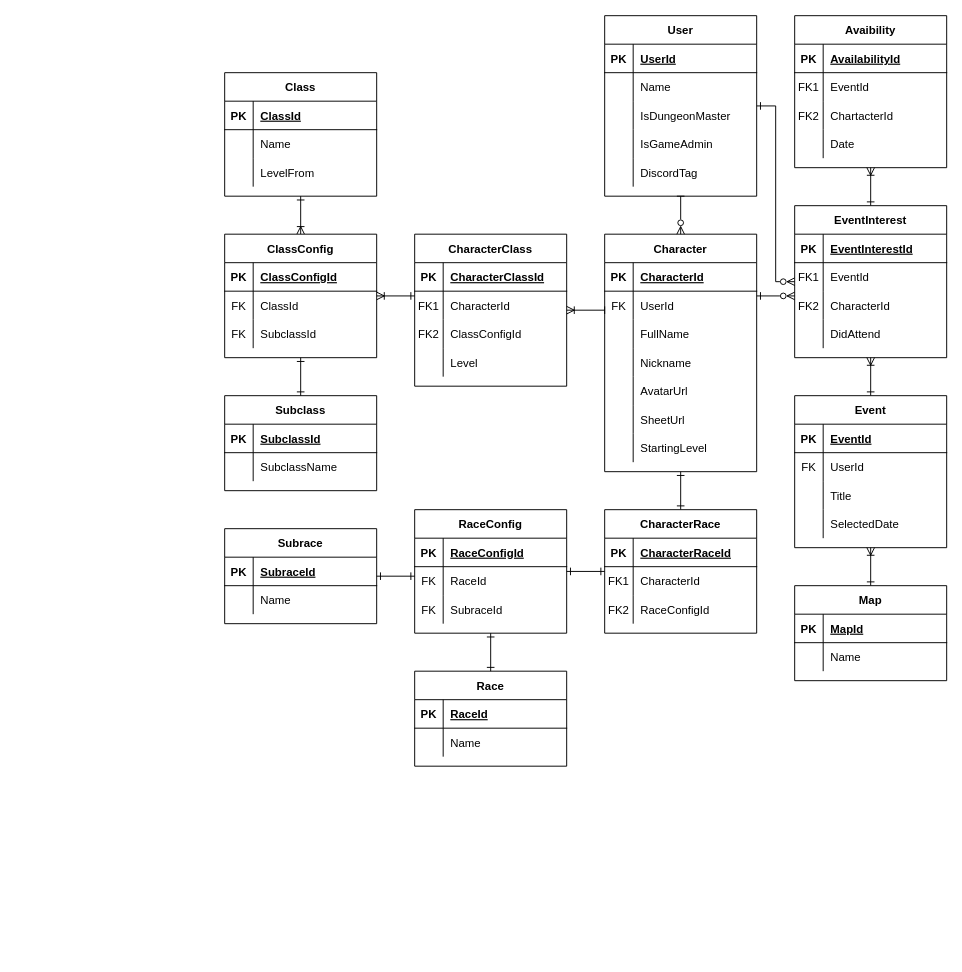
Above: Documentation/Entity Relationship Diagram.drawio in Jackclarke95/into-the-west (draw.io), before the change. Source tidied: cells renumbered, new cells numbered last; positions are measured from the earlier drawing's top-left corner, leaving out a move shared by most shapes. Both pictures are drawn from the tidied source at 95%, with x=0, y=0 at pixel (224, 15).
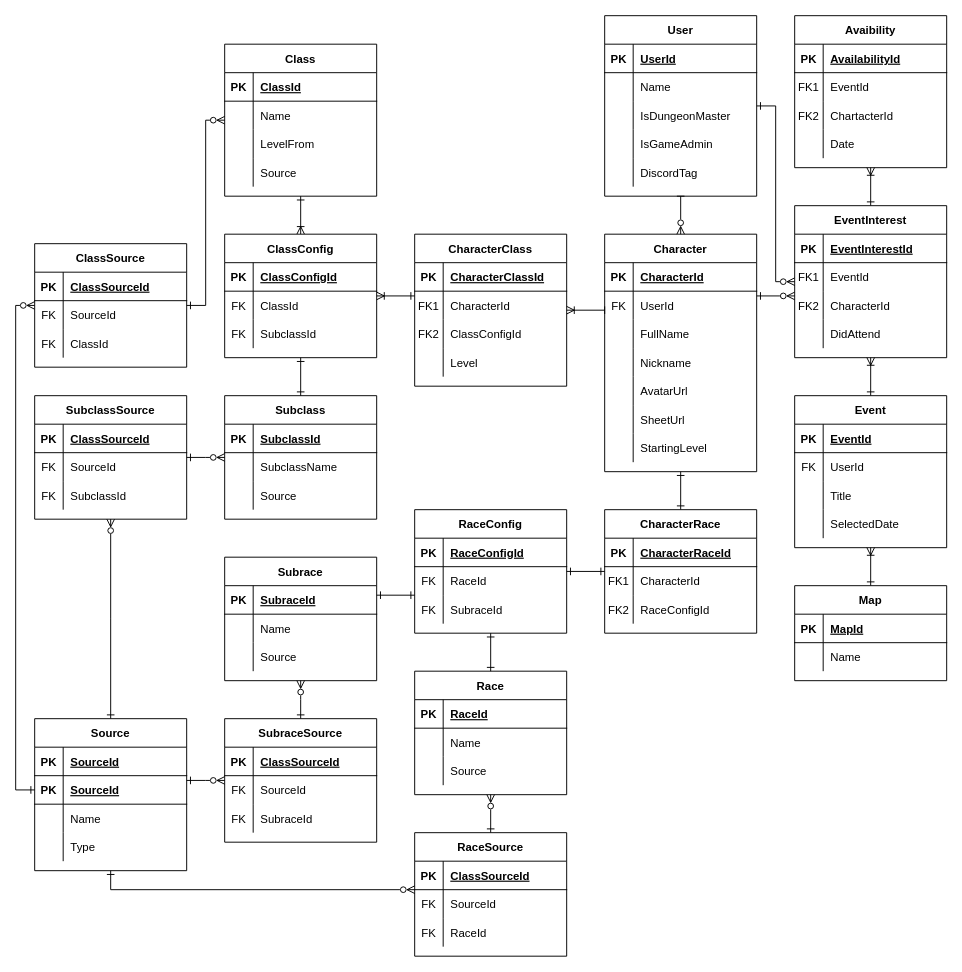
The same diagram, later.

The edit, as a diff of the source:
```diff
@@
     <mxCell id="85" value="Class" style="shape=table;startSize=30;childLayout=tableLayout;rowLines=0;fontStyle=1;align=center;strokeColor=default;" parent="1" vertex="1">
-      <mxGeometry y="60" width="160" height="130" as="geometry" />
+      <mxGeometry y="30" width="160" height="160" as="geometry" />
     </mxCell>
@@
+    <mxCell id="175" style="shape=tableRow;horizontal=0;startSize=0;swimlaneHead=0;swimlaneBody=0;fillColor=none;top=0;left=0;right=0;bottom=0;" parent="85" vertex="1">
+      <mxGeometry y="120" width="160" height="30" as="geometry" />
+    </mxCell>
+    <mxCell id="176" style="shape=partialRectangle;fillColor=none;top=0;left=0;bottom=0;right=0;overflow=hidden;" parent="175" vertex="1">
+      <mxGeometry width="30" height="30" as="geometry" />
+    </mxCell>
+    <mxCell id="177" value="Source" style="shape=partialRectangle;fillColor=none;top=0;left=0;bottom=0;right=0;align=left;spacingLeft=6;overflow=hidden;" parent="175" vertex="1">
+      <mxGeometry x="30" width="130" height="30" as="geometry" />
+    </mxCell>
     <mxCell id="95" value="Race" style="shape=table;startSize=30;childLayout=tableLayout;rowLines=0;fontStyle=1;align=center;strokeColor=default;" parent="1" vertex="1">
-      <mxGeometry x="200" y="690" width="160" height="100" as="geometry" />
+      <mxGeometry x="200" y="690" width="160" height="130" as="geometry" />
     </mxCell>
@@
+    <mxCell id="178" style="shape=tableRow;horizontal=0;startSize=0;swimlaneHead=0;swimlaneBody=0;fillColor=none;top=0;left=0;right=0;bottom=0;" parent="95" vertex="1">
+      <mxGeometry y="90" width="160" height="30" as="geometry" />
+    </mxCell>
+    <mxCell id="179" style="shape=partialRectangle;fillColor=none;top=0;left=0;bottom=0;right=0;overflow=hidden;" parent="178" vertex="1">
+      <mxGeometry width="30" height="30" as="geometry" />
+    </mxCell>
+    <mxCell id="180" value="Source" style="shape=partialRectangle;fillColor=none;top=0;left=0;bottom=0;right=0;align=left;spacingLeft=6;overflow=hidden;" parent="178" vertex="1">
+      <mxGeometry x="30" width="130" height="30" as="geometry" />
+    </mxCell>
     <mxCell id="102" value="Subclass" style="shape=table;startSize=30;childLayout=tableLayout;rowLines=0;fontStyle=1;align=center;strokeColor=default;" parent="1" vertex="1">
-      <mxGeometry y="400" width="160" height="100" as="geometry" />
+      <mxGeometry y="400" width="160" height="130" as="geometry" />
     </mxCell>
@@
+    <mxCell id="181" style="shape=tableRow;horizontal=0;startSize=0;swimlaneHead=0;swimlaneBody=0;fillColor=none;top=0;left=0;right=0;bottom=0;" parent="102" vertex="1">
+      <mxGeometry y="90" width="160" height="30" as="geometry" />
+    </mxCell>
+    <mxCell id="182" style="shape=partialRectangle;fillColor=none;top=0;left=0;bottom=0;right=0;overflow=hidden;" parent="181" vertex="1">
+      <mxGeometry width="30" height="30" as="geometry" />
+    </mxCell>
+    <mxCell id="183" value="Source" style="shape=partialRectangle;fillColor=none;top=0;left=0;bottom=0;right=0;align=left;spacingLeft=6;overflow=hidden;" parent="181" vertex="1">
+      <mxGeometry x="30" width="130" height="30" as="geometry" />
+    </mxCell>
     <mxCell id="109" value="Subrace" style="shape=table;startSize=30;childLayout=tableLayout;rowLines=0;fontStyle=1;align=center;strokeColor=default;" parent="1" vertex="1">
-      <mxGeometry y="540" width="160" height="100" as="geometry" />
+      <mxGeometry y="570" width="160" height="130" as="geometry" />
     </mxCell>
@@
+    <mxCell id="184" style="shape=tableRow;horizontal=0;startSize=0;swimlaneHead=0;swimlaneBody=0;fillColor=none;top=0;left=0;right=0;bottom=0;" parent="109" vertex="1">
+      <mxGeometry y="90" width="160" height="30" as="geometry" />
+    </mxCell>
+    <mxCell id="185" style="shape=partialRectangle;fillColor=none;top=0;left=0;bottom=0;right=0;overflow=hidden;" parent="184" vertex="1">
+      <mxGeometry width="30" height="30" as="geometry" />
+    </mxCell>
+    <mxCell id="186" value="Source" style="shape=partialRectangle;fillColor=none;top=0;left=0;bottom=0;right=0;align=left;spacingLeft=6;overflow=hidden;" parent="184" vertex="1">
+      <mxGeometry x="30" width="130" height="30" as="geometry" />
+    </mxCell>
@@
+    <mxCell id="187" style="edgeStyle=orthogonalEdgeStyle;rounded=0;jettySize=auto;html=1;endArrow=ERzeroToMany;endFill=0;startArrow=ERone;startFill=0;" parent="1" edge="1" source="226" target="95">
+      <mxGeometry relative="1" as="geometry" />
+    </mxCell>
+    <mxCell id="188" style="edgeStyle=elbowEdgeStyle;rounded=0;jettySize=auto;elbow=vertical;html=1;startArrow=ERone;startFill=0;endArrow=ERzeroToMany;endFill=0;" parent="1" edge="1" source="191" target="226">
+      <mxGeometry relative="1" as="geometry">
+        <Array as="points">
+          <mxPoint x="80" y="920" />
+        </Array>
+      </mxGeometry>
+    </mxCell>
+    <mxCell id="189" style="edgeStyle=elbowEdgeStyle;rounded=0;jettySize=auto;elbow=vertical;html=1;startArrow=ERone;startFill=0;endArrow=ERzeroToMany;endFill=0;" parent="1" edge="1" source="191" target="216">
+      <mxGeometry relative="1" as="geometry" />
+    </mxCell>
+    <mxCell id="190" style="edgeStyle=elbowEdgeStyle;rounded=0;jettySize=auto;elbow=vertical;html=1;startArrow=ERone;startFill=0;endArrow=ERzeroToMany;endFill=0;" parent="1" edge="1" source="191" target="237">
+      <mxGeometry relative="1" as="geometry" />
+    </mxCell>
+    <mxCell id="191" value="Source" style="shape=table;startSize=30;childLayout=tableLayout;rowLines=0;fontStyle=1;align=center;" parent="1" vertex="1">
+      <mxGeometry x="-200" y="740" width="160" height="160" as="geometry" />
+    </mxCell>
+    <mxCell id="192" style="shape=tableRow;horizontal=0;startSize=0;swimlaneHead=0;swimlaneBody=0;fillColor=none;top=0;left=0;right=0;bottom=1;" parent="191" vertex="1">
+      <mxGeometry y="30" width="160" height="30" as="geometry" />
+    </mxCell>
+    <mxCell id="193" value="PK" style="shape=partialRectangle;fillColor=none;top=0;left=0;bottom=0;right=0;fontStyle=1;overflow=hidden;" parent="192" vertex="1">
+      <mxGeometry width="30" height="30" as="geometry" />
+    </mxCell>
+    <mxCell id="194" value="SourceId" style="shape=partialRectangle;fillColor=none;top=0;left=0;bottom=0;right=0;align=left;spacingLeft=6;fontStyle=5;overflow=hidden;" parent="192" vertex="1">
+      <mxGeometry x="30" width="130" height="30" as="geometry" />
+    </mxCell>
+    <mxCell id="195" style="shape=tableRow;horizontal=0;startSize=0;swimlaneHead=0;swimlaneBody=0;fillColor=none;points=[[0,0.5],[1,0.5]];portConstraint=eastwest;top=0;left=0;right=0;bottom=1;" parent="191" vertex="1">
+      <mxGeometry y="60" width="160" height="30" as="geometry" />
+    </mxCell>
+    <mxCell id="196" value="PK" style="shape=partialRectangle;fillColor=none;top=0;left=0;bottom=0;right=0;fontStyle=1;overflow=hidden;" parent="195" vertex="1">
+      <mxGeometry width="30" height="30" as="geometry" />
+    </mxCell>
+    <mxCell id="197" value="SourceId" style="shape=partialRectangle;fillColor=none;top=0;left=0;bottom=0;right=0;align=left;spacingLeft=6;fontStyle=5;overflow=hidden;" parent="195" vertex="1">
+      <mxGeometry x="30" width="130" height="30" as="geometry" />
+    </mxCell>
+    <mxCell id="198" style="shape=tableRow;horizontal=0;startSize=0;swimlaneHead=0;swimlaneBody=0;fillColor=none;top=0;left=0;right=0;bottom=0;" parent="191" vertex="1">
+      <mxGeometry y="90" width="160" height="30" as="geometry" />
+    </mxCell>
+    <mxCell id="199" style="shape=partialRectangle;fillColor=none;top=0;left=0;bottom=0;right=0;overflow=hidden;" parent="198" vertex="1">
+      <mxGeometry width="30" height="30" as="geometry" />
+    </mxCell>
+    <mxCell id="200" value="Name" style="shape=partialRectangle;fillColor=none;top=0;left=0;bottom=0;right=0;align=left;spacingLeft=6;overflow=hidden;" parent="198" vertex="1">
+      <mxGeometry x="30" width="130" height="30" as="geometry" />
+    </mxCell>
+    <mxCell id="201" style="shape=tableRow;horizontal=0;startSize=0;swimlaneHead=0;swimlaneBody=0;fillColor=none;top=0;left=0;right=0;bottom=0;" parent="191" vertex="1">
+      <mxGeometry y="120" width="160" height="30" as="geometry" />
+    </mxCell>
+    <mxCell id="202" style="shape=partialRectangle;fillColor=none;top=0;left=0;bottom=0;right=0;overflow=hidden;" parent="201" vertex="1">
+      <mxGeometry width="30" height="30" as="geometry" />
+    </mxCell>
+    <mxCell id="203" value="Type" style="shape=partialRectangle;fillColor=none;top=0;left=0;bottom=0;right=0;align=left;spacingLeft=6;overflow=hidden;" parent="201" vertex="1">
+      <mxGeometry x="30" width="130" height="30" as="geometry" />
+    </mxCell>
+    <mxCell id="204" style="edgeStyle=elbowEdgeStyle;rounded=0;jumpStyle=arc;jettySize=auto;html=1;startArrow=ERone;startFill=0;endArrow=ERzeroToMany;endFill=0;" parent="1" edge="1" source="205" target="85">
+      <mxGeometry relative="1" as="geometry" />
+    </mxCell>
+    <mxCell id="205" value="ClassSource" style="shape=table;startSize=30;childLayout=tableLayout;rowLines=0;fontStyle=1;align=center;" parent="1" vertex="1">
+      <mxGeometry x="-200" y="240" width="160" height="130" as="geometry" />
+    </mxCell>
+    <mxCell id="206" style="shape=tableRow;horizontal=0;startSize=0;swimlaneHead=0;swimlaneBody=0;fillColor=none;top=0;left=0;right=0;bottom=1;" parent="205" vertex="1">
+      <mxGeometry y="30" width="160" height="30" as="geometry" />
+    </mxCell>
+    <mxCell id="207" value="PK" style="shape=partialRectangle;fillColor=none;top=0;left=0;bottom=0;right=0;fontStyle=1;overflow=hidden;" parent="206" vertex="1">
+      <mxGeometry width="30" height="30" as="geometry" />
+    </mxCell>
+    <mxCell id="208" value="ClassSourceId" style="shape=partialRectangle;fillColor=none;top=0;left=0;bottom=0;right=0;align=left;spacingLeft=6;fontStyle=5;overflow=hidden;" parent="206" vertex="1">
+      <mxGeometry x="30" width="130" height="30" as="geometry" />
+    </mxCell>
+    <mxCell id="209" style="shape=tableRow;horizontal=0;startSize=0;swimlaneHead=0;swimlaneBody=0;fillColor=none;top=0;left=0;right=0;bottom=0;" parent="205" vertex="1">
+      <mxGeometry y="60" width="160" height="30" as="geometry" />
+    </mxCell>
+    <mxCell id="210" value="FK" style="shape=partialRectangle;fillColor=none;top=0;left=0;bottom=0;right=0;fontStyle=0;overflow=hidden;" parent="209" vertex="1">
+      <mxGeometry width="30" height="30" as="geometry" />
+    </mxCell>
+    <mxCell id="211" value="SourceId" style="shape=partialRectangle;fillColor=none;top=0;left=0;bottom=0;right=0;align=left;spacingLeft=6;fontStyle=0;overflow=hidden;" parent="209" vertex="1">
+      <mxGeometry x="30" width="130" height="30" as="geometry" />
+    </mxCell>
+    <mxCell id="212" style="shape=tableRow;horizontal=0;startSize=0;swimlaneHead=0;swimlaneBody=0;fillColor=none;top=0;left=0;right=0;bottom=0;" parent="205" vertex="1">
+      <mxGeometry y="90" width="160" height="30" as="geometry" />
+    </mxCell>
+    <mxCell id="213" value="FK" style="shape=partialRectangle;fillColor=none;top=0;left=0;bottom=0;right=0;fontStyle=0;overflow=hidden;" parent="212" vertex="1">
+      <mxGeometry width="30" height="30" as="geometry" />
+    </mxCell>
+    <mxCell id="214" value="ClassId" style="shape=partialRectangle;fillColor=none;top=0;left=0;bottom=0;right=0;align=left;spacingLeft=6;fontStyle=0;overflow=hidden;" parent="212" vertex="1">
+      <mxGeometry x="30" width="130" height="30" as="geometry" />
+    </mxCell>
+    <mxCell id="215" style="edgeStyle=elbowEdgeStyle;rounded=0;jettySize=auto;elbow=vertical;html=1;startArrow=ERone;startFill=0;endArrow=ERzeroToMany;endFill=0;" parent="1" edge="1" source="216" target="109">
+      <mxGeometry relative="1" as="geometry" />
+    </mxCell>
+    <mxCell id="216" value="SubraceSource" style="shape=table;startSize=30;childLayout=tableLayout;rowLines=0;fontStyle=1;align=center;" parent="1" vertex="1">
+      <mxGeometry y="740" width="160" height="130" as="geometry" />
+    </mxCell>
+    <mxCell id="217" style="shape=tableRow;horizontal=0;startSize=0;swimlaneHead=0;swimlaneBody=0;fillColor=none;top=0;left=0;right=0;bottom=1;" parent="216" vertex="1">
+      <mxGeometry y="30" width="160" height="30" as="geometry" />
+    </mxCell>
+    <mxCell id="218" value="PK" style="shape=partialRectangle;fillColor=none;top=0;left=0;bottom=0;right=0;fontStyle=1;overflow=hidden;" parent="217" vertex="1">
+      <mxGeometry width="30" height="30" as="geometry" />
+    </mxCell>
+    <mxCell id="219" value="ClassSourceId" style="shape=partialRectangle;fillColor=none;top=0;left=0;bottom=0;right=0;align=left;spacingLeft=6;fontStyle=5;overflow=hidden;" parent="217" vertex="1">
+      <mxGeometry x="30" width="130" height="30" as="geometry" />
+    </mxCell>
+    <mxCell id="220" style="shape=tableRow;horizontal=0;startSize=0;swimlaneHead=0;swimlaneBody=0;fillColor=none;top=0;left=0;right=0;bottom=0;" parent="216" vertex="1">
+      <mxGeometry y="60" width="160" height="30" as="geometry" />
+    </mxCell>
+    <mxCell id="221" value="FK" style="shape=partialRectangle;fillColor=none;top=0;left=0;bottom=0;right=0;fontStyle=0;overflow=hidden;" parent="220" vertex="1">
+      <mxGeometry width="30" height="30" as="geometry" />
+    </mxCell>
+    <mxCell id="222" value="SourceId" style="shape=partialRectangle;fillColor=none;top=0;left=0;bottom=0;right=0;align=left;spacingLeft=6;fontStyle=0;overflow=hidden;" parent="220" vertex="1">
+      <mxGeometry x="30" width="130" height="30" as="geometry" />
+    </mxCell>
+    <mxCell id="223" style="shape=tableRow;horizontal=0;startSize=0;swimlaneHead=0;swimlaneBody=0;fillColor=none;top=0;left=0;right=0;bottom=0;" parent="216" vertex="1">
+      <mxGeometry y="90" width="160" height="30" as="geometry" />
+    </mxCell>
+    <mxCell id="224" value="FK" style="shape=partialRectangle;fillColor=none;top=0;left=0;bottom=0;right=0;fontStyle=0;overflow=hidden;" parent="223" vertex="1">
+      <mxGeometry width="30" height="30" as="geometry" />
+    </mxCell>
+    <mxCell id="225" value="SubraceId" style="shape=partialRectangle;fillColor=none;top=0;left=0;bottom=0;right=0;align=left;spacingLeft=6;fontStyle=0;overflow=hidden;" parent="223" vertex="1">
+      <mxGeometry x="30" width="130" height="30" as="geometry" />
+    </mxCell>
+    <mxCell id="226" value="RaceSource" style="shape=table;startSize=30;childLayout=tableLayout;rowLines=0;fontStyle=1;align=center;" parent="1" vertex="1">
+      <mxGeometry x="200" y="860" width="160" height="130" as="geometry" />
+    </mxCell>
+    <mxCell id="227" style="shape=tableRow;horizontal=0;startSize=0;swimlaneHead=0;swimlaneBody=0;fillColor=none;top=0;left=0;right=0;bottom=1;" parent="226" vertex="1">
+      <mxGeometry y="30" width="160" height="30" as="geometry" />
+    </mxCell>
+    <mxCell id="228" value="PK" style="shape=partialRectangle;fillColor=none;top=0;left=0;bottom=0;right=0;fontStyle=1;overflow=hidden;" parent="227" vertex="1">
+      <mxGeometry width="30" height="30" as="geometry" />
+    </mxCell>
+    <mxCell id="229" value="ClassSourceId" style="shape=partialRectangle;fillColor=none;top=0;left=0;bottom=0;right=0;align=left;spacingLeft=6;fontStyle=5;overflow=hidden;" parent="227" vertex="1">
+      <mxGeometry x="30" width="130" height="30" as="geometry" />
+    </mxCell>
+    <mxCell id="230" style="shape=tableRow;horizontal=0;startSize=0;swimlaneHead=0;swimlaneBody=0;fillColor=none;top=0;left=0;right=0;bottom=0;" parent="226" vertex="1">
+      <mxGeometry y="60" width="160" height="30" as="geometry" />
+    </mxCell>
+    <mxCell id="231" value="FK" style="shape=partialRectangle;fillColor=none;top=0;left=0;bottom=0;right=0;fontStyle=0;overflow=hidden;" parent="230" vertex="1">
+      <mxGeometry width="30" height="30" as="geometry" />
+    </mxCell>
+    <mxCell id="232" value="SourceId" style="shape=partialRectangle;fillColor=none;top=0;left=0;bottom=0;right=0;align=left;spacingLeft=6;fontStyle=0;overflow=hidden;" parent="230" vertex="1">
+      <mxGeometry x="30" width="130" height="30" as="geometry" />
+    </mxCell>
+    <mxCell id="233" style="shape=tableRow;horizontal=0;startSize=0;swimlaneHead=0;swimlaneBody=0;fillColor=none;top=0;left=0;right=0;bottom=0;" parent="226" vertex="1">
+      <mxGeometry y="90" width="160" height="30" as="geometry" />
+    </mxCell>
+    <mxCell id="234" value="FK" style="shape=partialRectangle;fillColor=none;top=0;left=0;bottom=0;right=0;fontStyle=0;overflow=hidden;" parent="233" vertex="1">
+      <mxGeometry width="30" height="30" as="geometry" />
+    </mxCell>
+    <mxCell id="235" value="RaceId" style="shape=partialRectangle;fillColor=none;top=0;left=0;bottom=0;right=0;align=left;spacingLeft=6;fontStyle=0;overflow=hidden;" parent="233" vertex="1">
+      <mxGeometry x="30" width="130" height="30" as="geometry" />
+    </mxCell>
+    <mxCell id="236" style="edgeStyle=elbowEdgeStyle;rounded=0;jettySize=auto;elbow=vertical;html=1;startArrow=ERone;startFill=0;endArrow=ERzeroToMany;endFill=0;" parent="1" edge="1" source="237" target="102">
+      <mxGeometry relative="1" as="geometry" />
+    </mxCell>
+    <mxCell id="237" value="SubclassSource" style="shape=table;startSize=30;childLayout=tableLayout;rowLines=0;fontStyle=1;align=center;" parent="1" vertex="1">
+      <mxGeometry x="-200" y="400" width="160" height="130" as="geometry" />
+    </mxCell>
+    <mxCell id="238" style="shape=tableRow;horizontal=0;startSize=0;swimlaneHead=0;swimlaneBody=0;fillColor=none;top=0;left=0;right=0;bottom=1;" parent="237" vertex="1">
+      <mxGeometry y="30" width="160" height="30" as="geometry" />
+    </mxCell>
+    <mxCell id="239" value="PK" style="shape=partialRectangle;fillColor=none;top=0;left=0;bottom=0;right=0;fontStyle=1;overflow=hidden;" parent="238" vertex="1">
+      <mxGeometry width="30" height="30" as="geometry" />
+    </mxCell>
+    <mxCell id="240" value="ClassSourceId" style="shape=partialRectangle;fillColor=none;top=0;left=0;bottom=0;right=0;align=left;spacingLeft=6;fontStyle=5;overflow=hidden;" parent="238" vertex="1">
+      <mxGeometry x="30" width="130" height="30" as="geometry" />
+    </mxCell>
+    <mxCell id="241" style="shape=tableRow;horizontal=0;startSize=0;swimlaneHead=0;swimlaneBody=0;fillColor=none;top=0;left=0;right=0;bottom=0;" parent="237" vertex="1">
+      <mxGeometry y="60" width="160" height="30" as="geometry" />
+    </mxCell>
+    <mxCell id="242" value="FK" style="shape=partialRectangle;fillColor=none;top=0;left=0;bottom=0;right=0;fontStyle=0;overflow=hidden;" parent="241" vertex="1">
+      <mxGeometry width="30" height="30" as="geometry" />
+    </mxCell>
+    <mxCell id="243" value="SourceId" style="shape=partialRectangle;fillColor=none;top=0;left=0;bottom=0;right=0;align=left;spacingLeft=6;fontStyle=0;overflow=hidden;" parent="241" vertex="1">
+      <mxGeometry x="30" width="130" height="30" as="geometry" />
+    </mxCell>
+    <mxCell id="244" style="shape=tableRow;horizontal=0;startSize=0;swimlaneHead=0;swimlaneBody=0;fillColor=none;top=0;left=0;right=0;bottom=0;" parent="237" vertex="1">
+      <mxGeometry y="90" width="160" height="30" as="geometry" />
+    </mxCell>
+    <mxCell id="245" value="FK" style="shape=partialRectangle;fillColor=none;top=0;left=0;bottom=0;right=0;fontStyle=0;overflow=hidden;" parent="244" vertex="1">
+      <mxGeometry width="30" height="30" as="geometry" />
+    </mxCell>
+    <mxCell id="246" value="SubclassId" style="shape=partialRectangle;fillColor=none;top=0;left=0;bottom=0;right=0;align=left;spacingLeft=6;fontStyle=0;overflow=hidden;" parent="244" vertex="1">
+      <mxGeometry x="30" width="130" height="30" as="geometry" />
+    </mxCell>
+    <mxCell id="247" style="edgeStyle=elbowEdgeStyle;rounded=0;jumpStyle=arc;jettySize=auto;html=1;startArrow=ERone;startFill=0;endArrow=ERzeroToMany;endFill=0;" parent="1" edge="1" source="195" target="205">
+      <mxGeometry relative="1" as="geometry">
+        <Array as="points">
+          <mxPoint x="-220" y="610" />
+        </Array>
+      </mxGeometry>
+    </mxCell>
```
